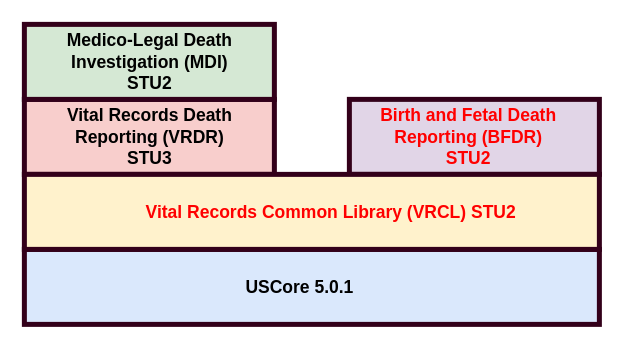
Above: page "Harmonized" (2 of 4) of input/images/HarmonizationPlan.drawio in HL7/vr-common-library (draw.io), before the change. Source tidied: cells renumbered, new cells numbered last; positions are measured from the earlier drawing's top-left corner, leaving out a move shared by most shapes. Both pictures are drawn from the tidied source at 125%, with x=0, y=0 at pixel (24, 24).
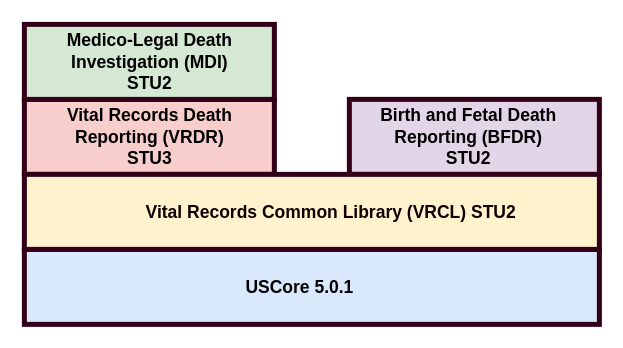
After the change.

Change to the diagram source:
```diff
@@
 <mxGraphModel>
   <root>
     <mxCell id="0" />
     <mxCell id="1" parent="0" />
     <mxCell id="2" style="rounded=0;whiteSpace=wrap;html=1;strokeWidth=4;fillColor=#dae8fc;strokeColor=#33001A;fontSize=14;" parent="1" vertex="1">
       <mxGeometry y="180" width="460" height="60" as="geometry" />
     </mxCell>
     <mxCell id="3" style="rounded=0;whiteSpace=wrap;html=1;strokeWidth=4;fillColor=#f8cecc;strokeColor=#33001A;fontSize=14;" parent="1" vertex="1">
       <mxGeometry y="60" width="200" height="60" as="geometry" />
     </mxCell>
     <mxCell id="4" style="rounded=0;whiteSpace=wrap;html=1;strokeWidth=4;fillColor=#d5e8d4;strokeColor=#33001A;fontSize=14;" parent="1" vertex="1">
       <mxGeometry width="200" height="60" as="geometry" />
     </mxCell>
     <mxCell id="5" style="rounded=0;whiteSpace=wrap;html=1;strokeWidth=4;fillColor=#e1d5e7;strokeColor=#33001A;fontSize=14;" parent="1" vertex="1">
       <mxGeometry x="260" y="60" width="200" height="60" as="geometry" />
     </mxCell>
     <mxCell id="6" style="rounded=0;whiteSpace=wrap;html=1;strokeWidth=4;fillColor=#fff2cc;strokeColor=#33001A;fontSize=14;" parent="1" vertex="1">
       <mxGeometry y="120" width="460" height="60" as="geometry" />
     </mxCell>
     <mxCell id="7" value="Vital Records Death &lt;br&gt;Reporting (VRDR)&lt;br style=&quot;font-size: 14px;&quot;&gt;STU3" style="text;html=1;align=center;verticalAlign=middle;strokeColor=none;fillColor=none;strokeWidth=4;fontStyle=1;fontSize=14;" parent="1" vertex="1">
       <mxGeometry x="20" y="60" width="160" height="60" as="geometry" />
     </mxCell>
     <mxCell id="8" value="Medico-Legal Death &lt;br&gt;Investigation (MDI)&lt;br style=&quot;font-size: 14px;&quot;&gt;STU2" style="text;html=1;align=center;verticalAlign=middle;strokeColor=none;fillColor=none;strokeWidth=4;fontStyle=1;fontSize=14;" parent="1" vertex="1">
       <mxGeometry x="20" width="160" height="60" as="geometry" />
     </mxCell>
-    <mxCell id="9" value="&lt;font color=&quot;#ff0000&quot;&gt;Birth and Fetal Death &lt;br&gt;Reporting (BFDR)&lt;br style=&quot;font-size: 14px;&quot;&gt;STU2&lt;/font&gt;" style="text;html=1;align=center;verticalAlign=middle;strokeColor=none;fillColor=none;strokeWidth=4;fontStyle=1;fontSize=14;" parent="1" vertex="1">
+    <mxCell id="9" value="Birth and Fetal Death &lt;br&gt;Reporting (BFDR)&lt;br style=&quot;font-size: 14px;&quot;&gt;STU2" style="text;html=1;align=center;verticalAlign=middle;strokeColor=none;fillColor=none;strokeWidth=4;fontStyle=1;fontSize=14;" parent="1" vertex="1">
       <mxGeometry x="275" y="60" width="160" height="60" as="geometry" />
     </mxCell>
-    <mxCell id="10" value="&lt;font color=&quot;#ff0000&quot;&gt;Vital Records Common Library (VRCL) STU2&lt;/font&gt;" style="text;html=1;align=center;verticalAlign=middle;strokeColor=none;fillColor=none;strokeWidth=4;fontStyle=1;fontSize=14;" parent="1" vertex="1">
-      <mxGeometry x="85" y="135" width="320" height="30" as="geometry" />
+    <mxCell id="10" value="&lt;font color=&quot;#0f0000&quot;&gt;Vital Records Common Library (VRCL) STU2&lt;/font&gt;" style="text;html=1;align=center;verticalAlign=middle;strokeColor=none;fillColor=none;strokeWidth=4;fontStyle=1;fontSize=14;" parent="1" vertex="1">
+      <mxGeometry x="95" y="135" width="300" height="30" as="geometry" />
     </mxCell>
     <mxCell id="11" value="USCore 5.0.1" style="text;html=1;align=center;verticalAlign=middle;strokeColor=none;fillColor=none;strokeWidth=4;fontStyle=1;fontSize=14;" parent="1" vertex="1">
       <mxGeometry x="165" y="195" width="110" height="30" as="geometry" />
     </mxCell>
   </root>
 </mxGraphModel>
```
